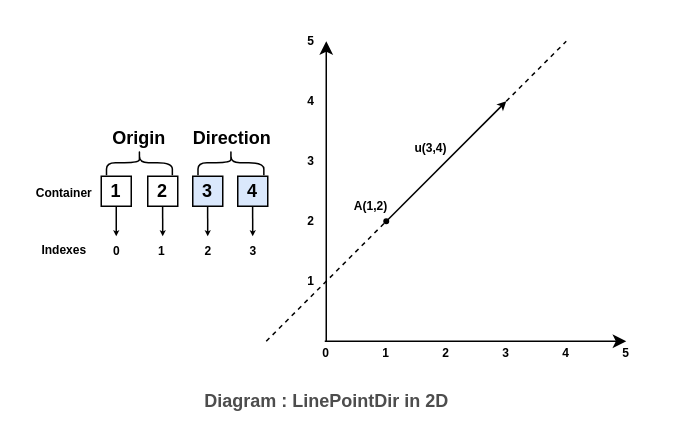
This is doc/img/LinePointDir.drawio from Wandalen/wMathModels, a draw.io file, before an edit. Source tidied: cells renumbered, new cells numbered last; positions are measured from the earlier drawing's top-left corner, leaving out a move shared by most shapes. Both pictures are drawn from the tidied source at 150%, with x=0, y=0 at pixel (26, 26).
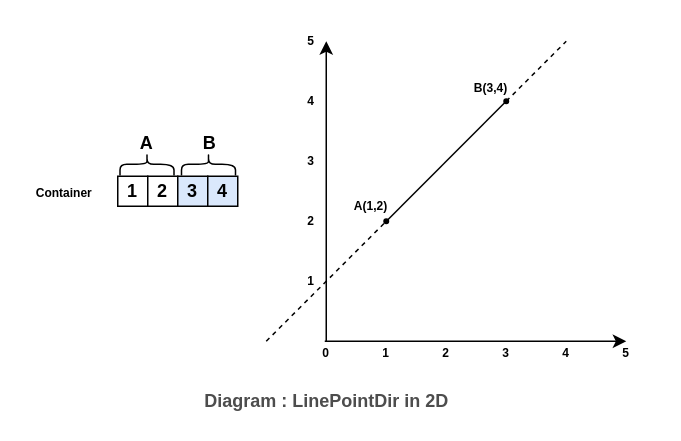
Above is the later version.

Commit message (it also covers changes not shown here):
Ray: update chunks

Unchanged cells that the change refers to:
```xml
<mxCell id="2" style="group;" parent="1" vertex="1">
  <mxGeometry width="420" height="260" as="geometry" />
</mxCell>
<mxCell id="21" style="group;fontStyle=1;" parent="2" vertex="1">
  <mxGeometry y="65" width="172" height="95" as="geometry" />
</mxCell>
```

Change to the diagram source:
```diff
@@
-    <mxCell id="16" style="endArrow=classic;html=1;fontSize=11;startArrow=oval;startFill=1;strokeColor=#000000;startSize=3;endSize=3;fontStyle=1;" parent="2" edge="1">
+    <mxCell id="16" style="endArrow=oval;html=1;fontSize=11;startArrow=oval;startFill=1;strokeColor=#000000;startSize=3;endSize=3;fontStyle=1;endFill=1;" parent="2" edge="1">
       <mxGeometry relative="1" as="geometry">
         <mxPoint x="240" y="130" as="sourcePoint" />
         <mxPoint x="320" y="50" as="targetPoint" />
       </mxGeometry>
     </mxCell>
@@
-    <mxCell id="20" value="&lt;font style=&quot;font-size: 8px&quot;&gt;u(3,4)&lt;/font&gt;" style="text;html=1;strokeColor=none;fillColor=none;align=center;verticalAlign=middle;whiteSpace=wrap;rounded=0;fontSize=11;fontStyle=1;" parent="2" vertex="1">
-      <mxGeometry x="250" y="70" width="40" height="20" as="geometry" />
+    <mxCell id="20" value="&lt;font style=&quot;font-size: 8px&quot;&gt;B(3,4)&lt;/font&gt;" style="text;html=1;strokeColor=none;fillColor=none;align=center;verticalAlign=middle;whiteSpace=wrap;rounded=0;fontSize=11;fontStyle=1;" parent="2" vertex="1">
+      <mxGeometry x="290" y="30" width="40" height="20" as="geometry" />
     </mxCell>
@@
-    <mxCell id="22" style="edgeStyle=orthogonalEdgeStyle;rounded=0;jumpSize=9;jettySize=auto;html=1;exitX=0.5;exitY=1;exitDx=0;exitDy=0;entryX=0.502;entryY=0;entryDx=0;entryDy=0;entryPerimeter=0;startSize=1;endSize=1;strokeWidth=1;fontSize=8;fontColor=#000000;fontStyle=1;" parent="21" edge="1" source="23">
-      <mxGeometry relative="1" as="geometry">
-        <mxPoint x="60" y="75" as="targetPoint" />
-      </mxGeometry>
-    </mxCell>
     <mxCell id="23" value="&lt;span&gt;1&lt;/span&gt;" style="whiteSpace=wrap;html=1;glass=0;rounded=0;shadow=0;comic=0;fontStyle=1;" parent="21" vertex="1">
-      <mxGeometry x="50" y="35" width="20" height="20" as="geometry" />
+      <mxGeometry x="61" y="35" width="20" height="20" as="geometry" />
     </mxCell>
@@
     <mxCell id="25" value="&lt;span&gt;3&lt;/span&gt;" style="whiteSpace=wrap;html=1;fillColor=#DAE8FC;fontStyle=1;" parent="21" vertex="1">
-      <mxGeometry x="111" y="35" width="20" height="20" as="geometry" />
+      <mxGeometry x="101" y="35" width="20" height="20" as="geometry" />
     </mxCell>
     <mxCell id="26" value="&lt;span&gt;4&lt;/span&gt;" style="whiteSpace=wrap;html=1;fillColor=#DAE8FC;fontStyle=1;" parent="21" vertex="1">
-      <mxGeometry x="141" y="35" width="20" height="20" as="geometry" />
+      <mxGeometry x="121" y="35" width="20" height="20" as="geometry" />
     </mxCell>
-    <mxCell id="27" value="&lt;span&gt;Origin&lt;/span&gt;" style="text;html=1;align=center;verticalAlign=middle;fontStyle=1;" parent="21" vertex="1">
-      <mxGeometry x="50.4" width="50" height="20" as="geometry" />
+    <mxCell id="27" value="A" style="text;html=1;align=center;verticalAlign=middle;fontStyle=1;" parent="21" vertex="1">
+      <mxGeometry x="69.5" y="3" width="20" height="20" as="geometry" />
     </mxCell>
-    <mxCell id="28" value="&lt;span&gt;Direction&lt;/span&gt;" style="text;html=1;align=center;verticalAlign=middle;fontStyle=1;" parent="21" vertex="1">
-      <mxGeometry x="102" width="70" height="20" as="geometry" />
+    <mxCell id="28" value="&lt;span&gt;B&lt;/span&gt;" style="text;html=1;align=center;verticalAlign=middle;fontStyle=1;" parent="21" vertex="1">
+      <mxGeometry x="111.5" y="3" width="20" height="20" as="geometry" />
     </mxCell>
-    <mxCell id="29" style="shape=curlyBracket;whiteSpace=wrap;html=1;rounded=1;fillColor=#DAE8FC;rotation=90;fontStyle=1;" parent="21" vertex="1">
-      <mxGeometry x="67" y="4" width="16.9" height="43.9" as="geometry" />
-    </mxCell>
     <mxCell id="30" style="shape=curlyBracket;html=1;rounded=1;fillColor=#ffffff;rotation=90;fontColor=#000000;whiteSpace=wrap;spacing=2;fontStyle=1;" parent="21" vertex="1">
-      <mxGeometry x="128" y="4" width="16.9" height="43.9" as="geometry" />
+      <mxGeometry x="114" y="9" width="15" height="36" as="geometry" />
     </mxCell>
@@
-    <mxCell id="32" value="&lt;div style=&quot;text-align: justify&quot;&gt;&lt;span&gt;&lt;font style=&quot;font-size: 8px&quot;&gt;&lt;span&gt;Indexes&lt;/span&gt;&lt;/font&gt;&lt;/span&gt;&lt;/div&gt;" style="text;html=1;align=center;verticalAlign=bottom;horizontal=1;fontStyle=1;" parent="21" vertex="1">
-      <mxGeometry y="72" width="50" height="20" as="geometry" />
-    </mxCell>
-    <mxCell id="33" style="edgeStyle=orthogonalEdgeStyle;rounded=0;jumpSize=9;orthogonalLoop=1;jettySize=auto;html=1;exitX=0.5;exitY=1;exitDx=0;exitDy=0;entryX=0.502;entryY=0;entryDx=0;entryDy=0;entryPerimeter=0;startSize=1;endSize=1;strokeWidth=1;fontSize=8;fontColor=#000000;fontStyle=1;" parent="21" edge="1">
-      <mxGeometry relative="1" as="geometry">
-        <mxPoint x="90.9" y="55" as="sourcePoint" />
-        <mxPoint x="91" y="75" as="targetPoint" />
-      </mxGeometry>
-    </mxCell>
-    <mxCell id="34" style="edgeStyle=orthogonalEdgeStyle;rounded=0;jumpSize=9;orthogonalLoop=1;jettySize=auto;html=1;exitX=0.5;exitY=1;exitDx=0;exitDy=0;entryX=0.502;entryY=0;entryDx=0;entryDy=0;entryPerimeter=0;startSize=1;endSize=1;strokeWidth=1;fontSize=8;fontColor=#000000;fontStyle=1;" parent="21" edge="1">
-      <mxGeometry relative="1" as="geometry">
-        <mxPoint x="120.9" y="55" as="sourcePoint" />
-        <mxPoint x="121" y="75" as="targetPoint" />
-      </mxGeometry>
-    </mxCell>
-    <mxCell id="35" style="edgeStyle=orthogonalEdgeStyle;rounded=0;jumpSize=9;orthogonalLoop=1;jettySize=auto;html=1;exitX=0.5;exitY=1;exitDx=0;exitDy=0;entryX=0.502;entryY=0;entryDx=0;entryDy=0;entryPerimeter=0;startSize=1;endSize=1;strokeWidth=1;fontSize=8;fontColor=#000000;fontStyle=1;" parent="21" edge="1">
-      <mxGeometry relative="1" as="geometry">
-        <mxPoint x="150.9" y="55" as="sourcePoint" />
-        <mxPoint x="151" y="75" as="targetPoint" />
-      </mxGeometry>
-    </mxCell>
-    <mxCell id="36" value="&lt;span&gt;0&lt;/span&gt;" style="text;html=1;align=center;verticalAlign=middle;fontSize=8;fontColor=#000000;fontStyle=1;" parent="21" vertex="1">
-      <mxGeometry x="50.4" y="75" width="20" height="20" as="geometry" />
-    </mxCell>
-    <mxCell id="37" value="&lt;span&gt;1&lt;/span&gt;" style="text;html=1;align=center;verticalAlign=middle;fontSize=8;fontColor=#000000;fontStyle=1;" parent="21" vertex="1">
-      <mxGeometry x="80.4" y="75" width="20" height="20" as="geometry" />
-    </mxCell>
-    <mxCell id="38" value="&lt;span&gt;2&lt;/span&gt;" style="text;html=1;align=center;verticalAlign=middle;fontSize=8;fontColor=#000000;fontStyle=1;" parent="21" vertex="1">
-      <mxGeometry x="111" y="75" width="20" height="20" as="geometry" />
-    </mxCell>
-    <mxCell id="39" value="&lt;span&gt;3&lt;/span&gt;" style="text;html=1;align=center;verticalAlign=middle;fontSize=8;fontColor=#000000;fontStyle=1;" parent="21" vertex="1">
-      <mxGeometry x="141" y="75" width="20" height="20" as="geometry" />
-    </mxCell>
+    <mxCell id="41" style="shape=curlyBracket;html=1;rounded=1;fillColor=#ffffff;rotation=90;fontColor=#000000;whiteSpace=wrap;spacing=2;fontStyle=1;" parent="21" vertex="1">
+      <mxGeometry x="73" y="9" width="15" height="36" as="geometry" />
+    </mxCell>
```
